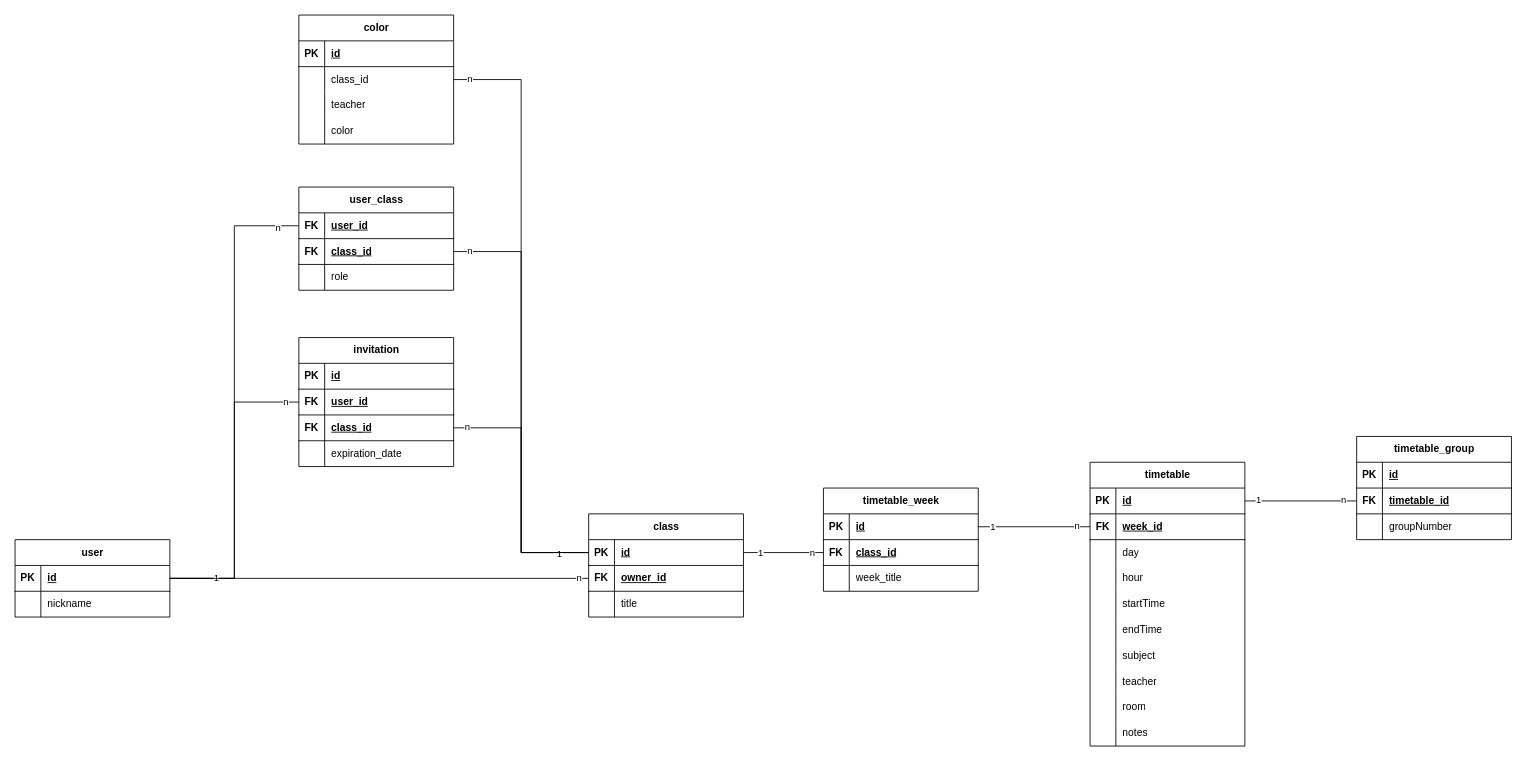
The draw.io diagram doc/Blockplan.drawio in DaBorsten/blockplan, before the edit. Source tidied: cells renumbered, new cells numbered last; positions are measured from the earlier drawing's top-left corner, leaving out a move shared by most shapes. Both pictures are drawn from the tidied source at 86%, with x=0, y=0 at pixel (15, 15).
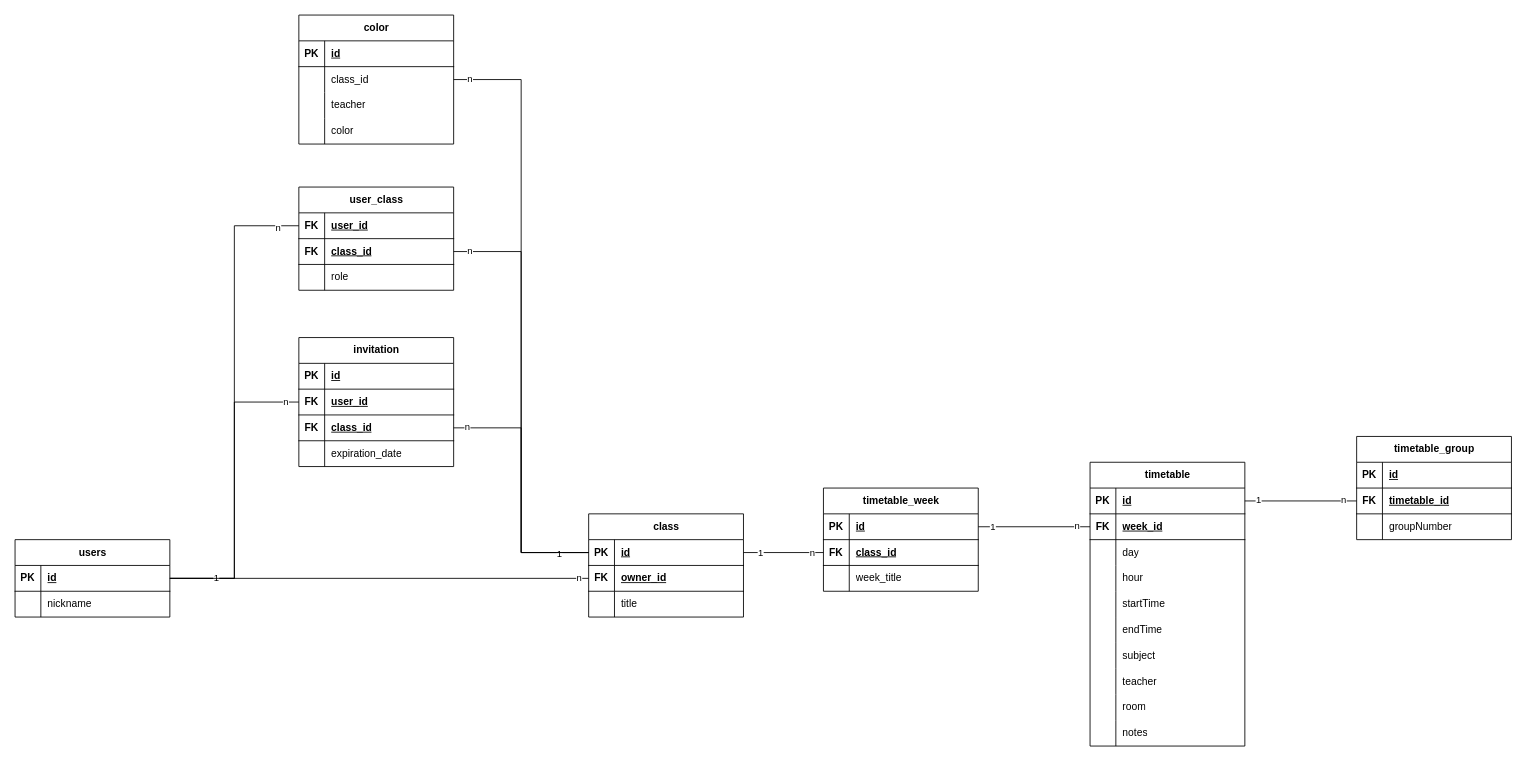
The same diagram, later.

Diff of the diagram source:
```diff
@@
-    <mxCell id="107" value="user" style="shape=table;startSize=30;childLayout=tableLayout;rowLines=0;fontStyle=1;align=center;html=1;" parent="1" vertex="1">
+    <mxCell id="107" value="users" style="shape=table;startSize=30;childLayout=tableLayout;rowLines=0;fontStyle=1;align=center;html=1;" parent="1" vertex="1">
       <mxGeometry y="610" width="180" height="90" as="geometry" />
     </mxCell>
```
